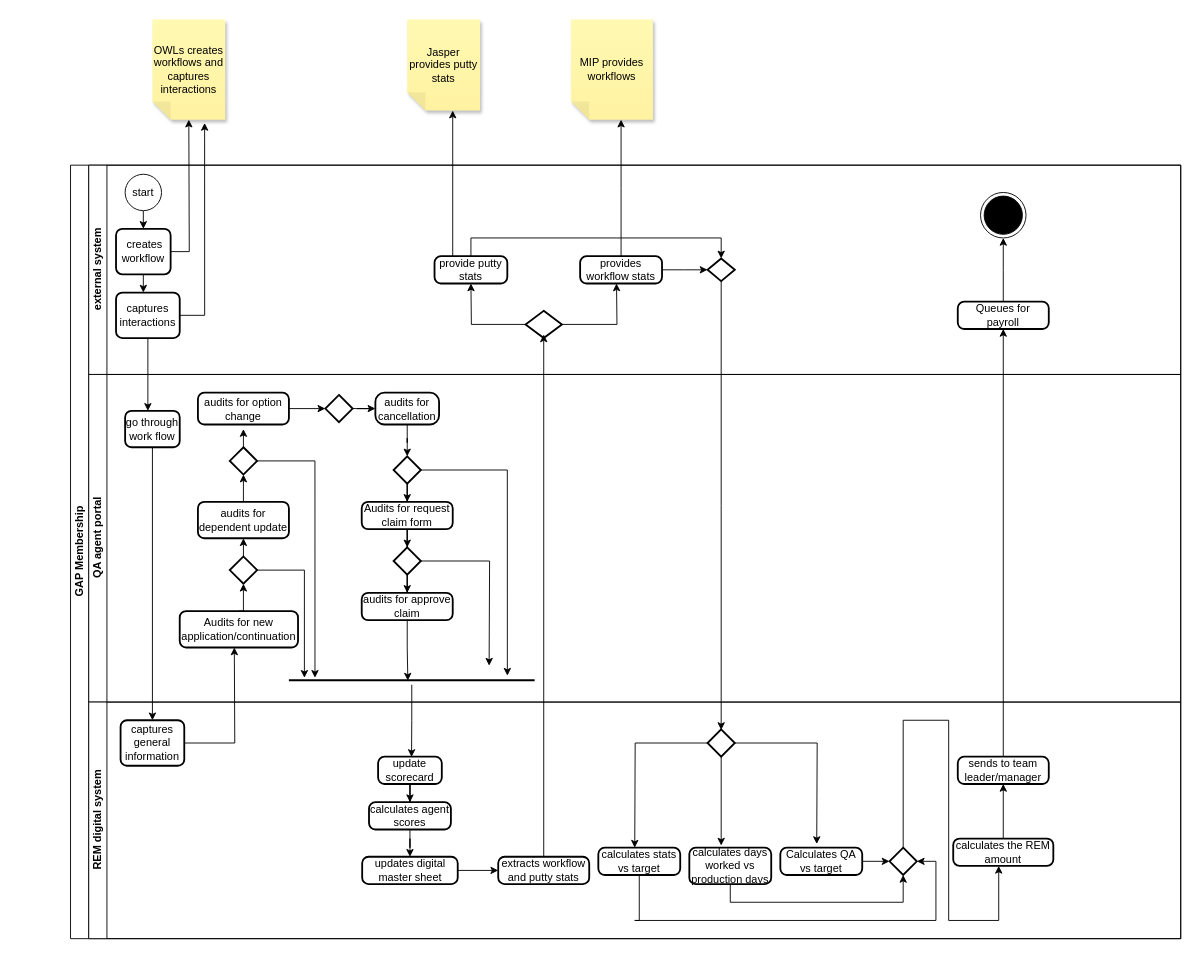
TJ-Kwetsane1993/Thato keeps this draw.io diagram as GAPmembership.drawio. Above is the earlier version. Source tidied: cells renumbered, new cells numbered last; positions are measured from the earlier drawing's top-left corner, leaving out a move shared by most shapes. Both pictures are drawn from the tidied source at 91%, with x=0, y=0 at pixel (70, 19).
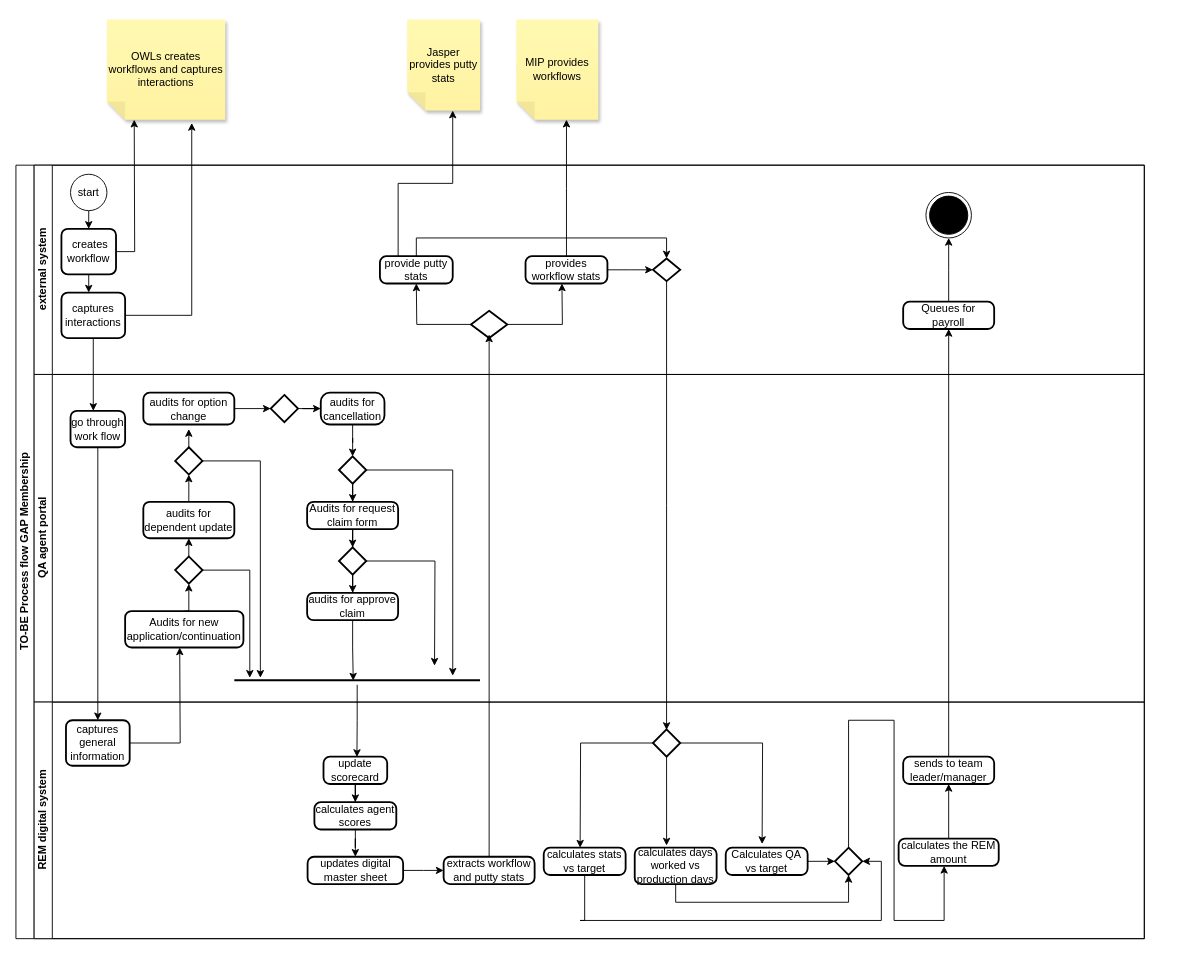
After the change.

What changed in the source:
```diff
@@
-    <mxCell id="2" value="GAP Membership" style="swimlane;html=1;horizontal=0;startSize=20;" parent="1" vertex="1">
-      <mxGeometry y="160" width="1220" height="850" as="geometry" />
+    <mxCell id="2" value="TO-BE Process flow GAP Membership" style="swimlane;html=1;horizontal=0;startSize=20;" parent="1" vertex="1">
+      <mxGeometry x="-60" y="160" width="1240" height="850" as="geometry" />
     </mxCell>
     <mxCell id="3" value="external system" style="swimlane;html=1;startSize=20;horizontal=0;" parent="2" vertex="1">
-      <mxGeometry x="20" width="1200" height="230" as="geometry" />
+      <mxGeometry x="20" width="1220" height="230" as="geometry" />
     </mxCell>
@@
     <mxCell id="24" value="QA agent portal" style="swimlane;html=1;startSize=20;horizontal=0;" parent="2" vertex="1">
-      <mxGeometry x="20" y="230" width="1200" height="360" as="geometry" />
+      <mxGeometry x="20" y="230" width="1220" height="360" as="geometry" />
     </mxCell>
@@
     <mxCell id="53" value="REM digital system" style="swimlane;html=1;startSize=20;horizontal=0;" parent="2" vertex="1">
-      <mxGeometry x="20" y="590" width="1200" height="260" as="geometry" />
+      <mxGeometry x="20" y="590" width="1220" height="260" as="geometry" />
     </mxCell>
@@
     <mxCell id="83" value="OWLs creates workflows and captures interactions" style="shape=note;whiteSpace=wrap;html=1;backgroundOutline=1;fontColor=#000000;darkOpacity=0.05;fillColor=#FFF9B2;strokeColor=none;fillStyle=solid;direction=west;gradientDirection=north;gradientColor=#FFF2A1;shadow=1;size=20;" parent="1" vertex="1">
-      <mxGeometry x="90" width="80" height="110" as="geometry" />
+      <mxGeometry x="40" width="130" height="110" as="geometry" />
     </mxCell>
@@
     <mxCell id="87" value="MIP provides workflows" style="shape=note;whiteSpace=wrap;html=1;backgroundOutline=1;fontColor=#000000;darkOpacity=0.05;fillColor=#FFF9B2;strokeColor=none;fillStyle=solid;direction=west;gradientDirection=north;gradientColor=#FFF2A1;shadow=1;size=20;" parent="1" vertex="1">
-      <mxGeometry x="550" width="90" height="110" as="geometry" />
+      <mxGeometry x="490" width="90" height="110" as="geometry" />
     </mxCell>
```
